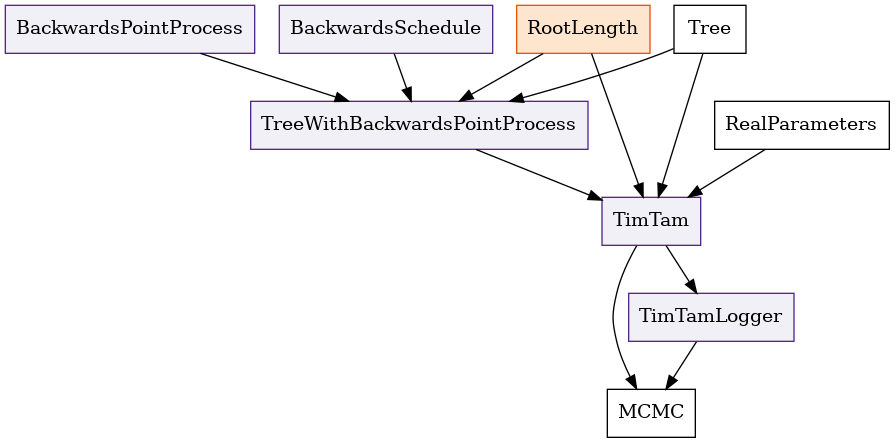
Before: example-dag.png, a diagram exported from Graphviz (aezarebski/timtam2). Its source is kept beside it as example-dag.dot.
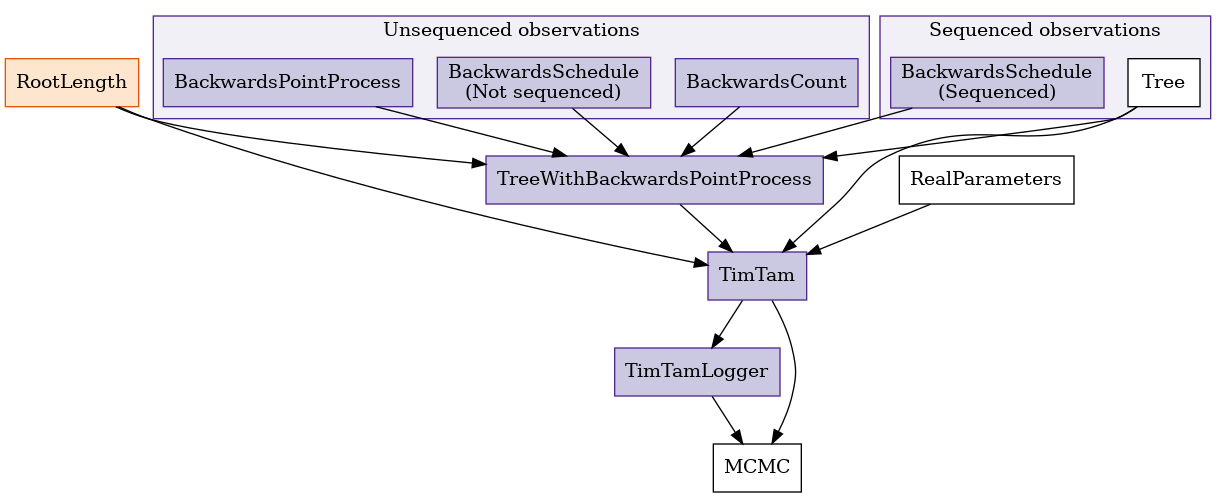
After the change.

Diff of the diagram source:
```diff
@@ -2,46 +2,68 @@
  Usage
  -----
  $ dot example-dag.dot -Tpng -o example-dag.png
+
 */
 digraph G {
+  node[color="#54278f",
+       fillcolor="#cbc9e2"];
   TimTam [shape=box,
-          style=filled,
-          color="#54278f",
-          fillcolor="#f2f0f7"];
+          style=filled];
   TimTamLogger [shape=box,
-                style=filled,
-                color="#54278f",
-                fillcolor="#f2f0f7"];
+                style=filled];
   TreeWithBackwardsPointProcess [shape=box,
-                                 style=filled,
-                                 color="#54278f",
-                                 fillcolor="#f2f0f7"];
-  BackwardsPointProcess [shape=box,
-                         style=filled,
-                         color="#54278f",
-                         fillcolor="#f2f0f7"];
-  BackwardsSchedule [shape=box,
-                     style=filled,
-                     color="#54278f",
-                     fillcolor="#f2f0f7"];
+                                 style=filled];
   RootLength [shape=box,
               style=filled,
               color="#e6550d",
               fillcolor="#fee6ce"];
-  Tree [shape=box];
+  node[color=black]
   RealParameters [shape=box];
   MCMC [shape=box];
 
-  RootLength -> TimTam;
-  RootLength -> TreeWithBackwardsPointProcess;
-  BackwardsPointProcess -> TreeWithBackwardsPointProcess;
-  BackwardsSchedule -> TreeWithBackwardsPointProcess;
-  TreeWithBackwardsPointProcess -> TimTam;
-  RealParameters -> TimTam;
-  Tree -> TreeWithBackwardsPointProcess;
-  Tree -> TimTam;
-  TimTam -> MCMC;
+  subgraph clusterB {
+    color="#54278f";
+    label="Sequenced observations";
+    style=filled;
+    fillcolor="#f2f0f7";
+    node[color="#54278f",
+         fillcolor="#cbc9e2"];
+    BackwardsScheduleSequenced [shape=box,
+                                label="BackwardsSchedule\n(Sequenced)"
+                                style=filled];
+    Tree [shape=box,
+          style=filled,
+          color=black,
+          fillcolor=white];
 
-  TimTam -> TimTamLogger;
-  TimTamLogger -> MCMC;
+    };
+  subgraph clusterA {
+    color="#54278f";
+    label="Unsequenced observations";
+    style=filled;
+    fillcolor="#f2f0f7";
+    node[color="#54278f",
+         fillcolor="#cbc9e2"];
+    BackwardsCount [shape=box,
+                    style=filled];
+    BackwardsScheduleNotSequenced [shape=box,
+                                   label="BackwardsSchedule\n(Not sequenced)"
+                                   style=filled];
+    BackwardsPointProcess [shape=box,
+                           style=filled];
+    };
+
+    RootLength -> TimTam;
+    RootLength -> TreeWithBackwardsPointProcess;
+    BackwardsPointProcess -> TreeWithBackwardsPointProcess;
+    BackwardsCount -> TreeWithBackwardsPointProcess;
+    BackwardsScheduleNotSequenced -> TreeWithBackwardsPointProcess;
+    BackwardsScheduleSequenced -> TreeWithBackwardsPointProcess;
+    TreeWithBackwardsPointProcess -> TimTam;
+    RealParameters -> TimTam;
+    Tree -> TreeWithBackwardsPointProcess;
+    Tree -> TimTam;
+    TimTam -> MCMC;
+    TimTam -> TimTamLogger;
+    TimTamLogger -> MCMC;
 }
```
